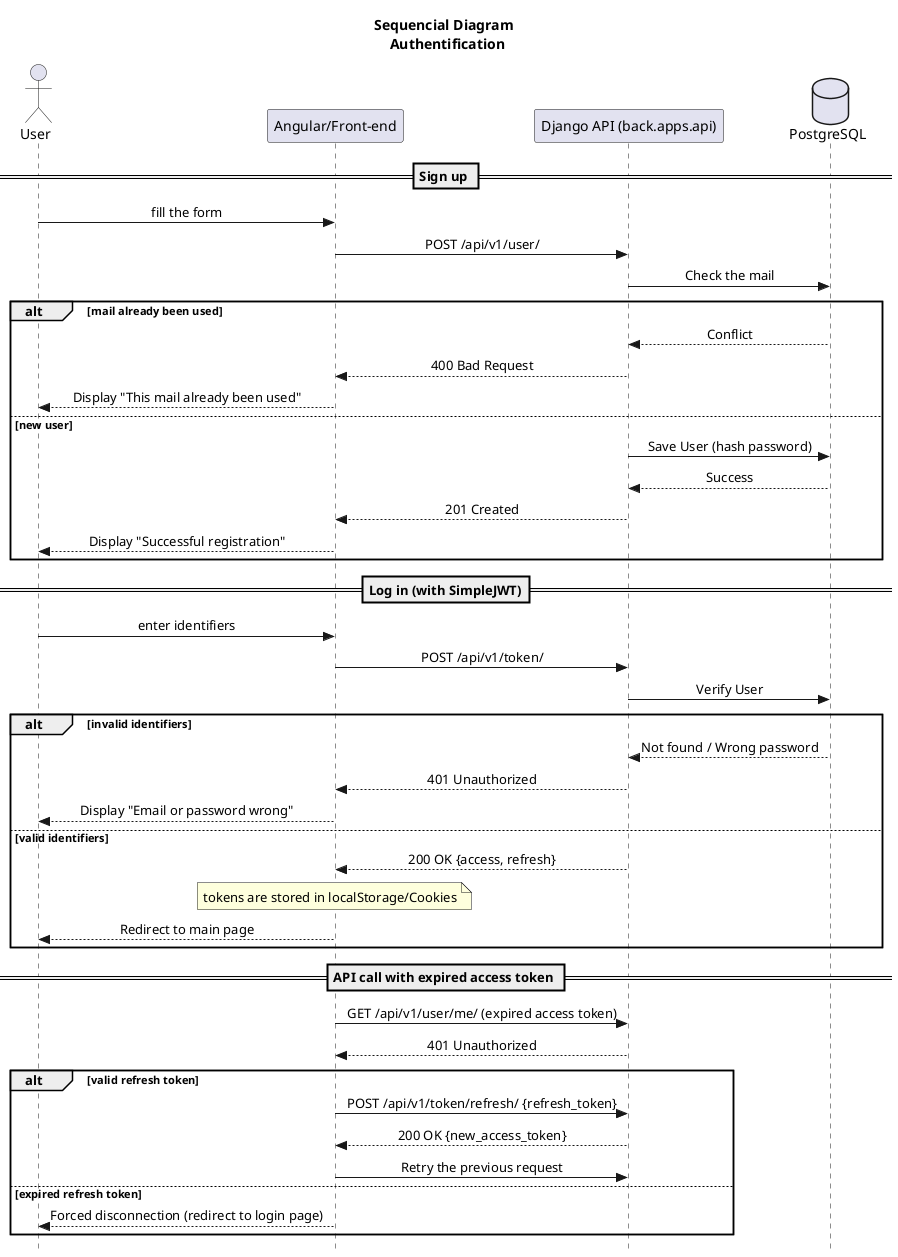
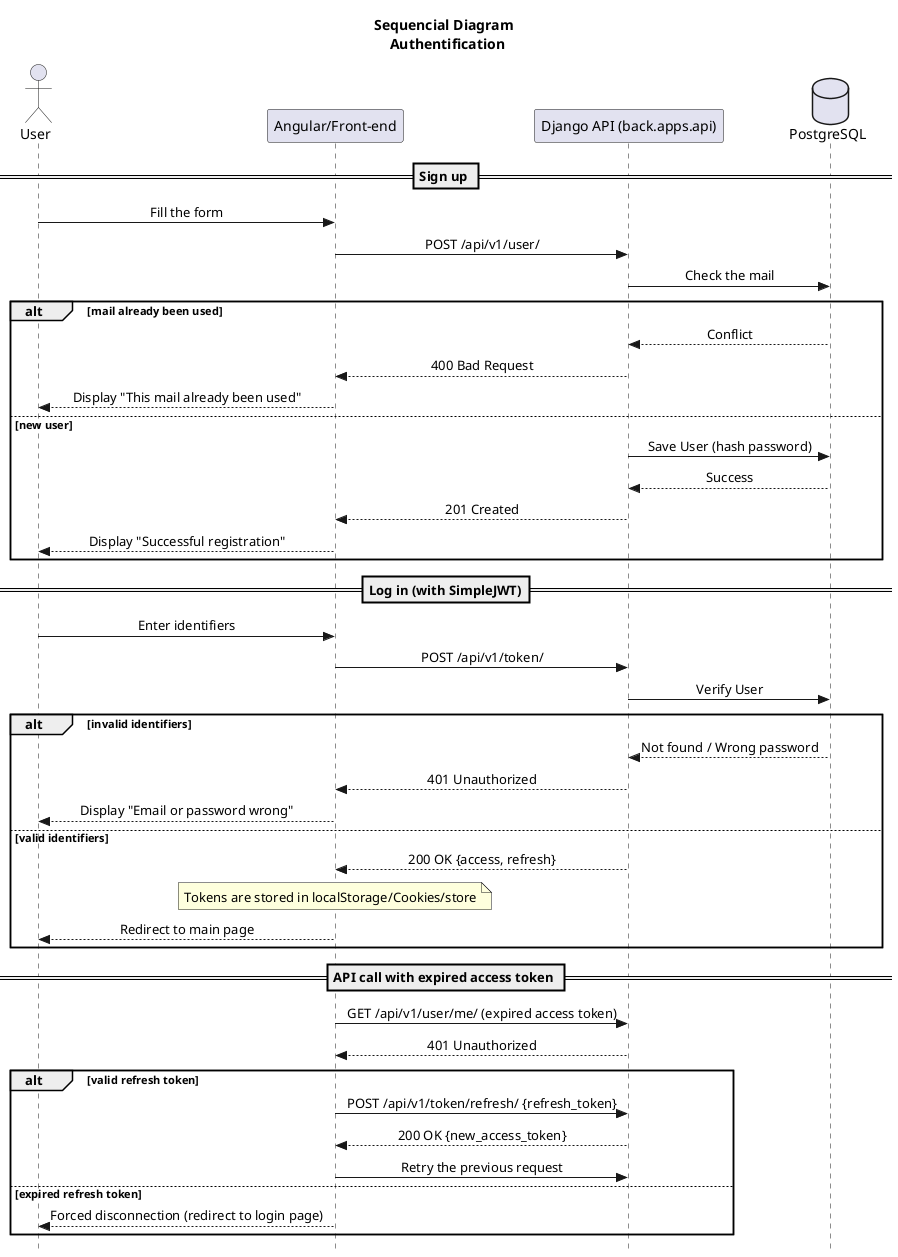
@startuml
title "Sequencial Diagram \n Authentification"

skinparam style strictuml
skinparam sequenceMessageAlign center

actor "User" as User
participant "Angular/Front-end" as Front
participant "Django API (back.apps.api)" as API
database "PostgreSQL" as DB

== Sign up ==
- User -> Front: fill the form
+ User -> Front: Fill the form
Front -> API: POST /api/v1/user/
API -> DB: Check the mail

alt mail already been used
    DB --> API: Conflict
    API --> Front: 400 Bad Request
    Front --> User: Display "This mail already been used"
else new user
    API -> DB: Save User (hash password)
    DB --> API: Success
    API --> Front: 201 Created
    Front --> User: Display "Successful registration"
end

== Log in (with SimpleJWT)==

- User -> Front: enter identifiers
+ User -> Front: Enter identifiers
Front -> API: POST /api/v1/token/
API -> DB: Verify User
alt invalid identifiers
    DB --> API: Not found / Wrong password
    API --> Front: 401 Unauthorized
    Front --> User: Display "Email or password wrong"
else valid identifiers
    API --> Front: 200 OK {access, refresh}
-     Note over Front: tokens are stored in localStorage/Cookies
+     Note over Front: Tokens are stored in localStorage/Cookies/store
    Front --> User: Redirect to main page
end

== API call with expired access token ==
Front -> API: GET /api/v1/user/me/ (expired access token)
API --> Front: 401 Unauthorized

alt valid refresh token
    Front -> API: POST /api/v1/token/refresh/ {refresh_token}
    API --> Front: 200 OK {new_access_token}
    Front -> API: Retry the previous request
else expired refresh token
    Front --> User:  Forced disconnection (redirect to login page)
end
@enduml